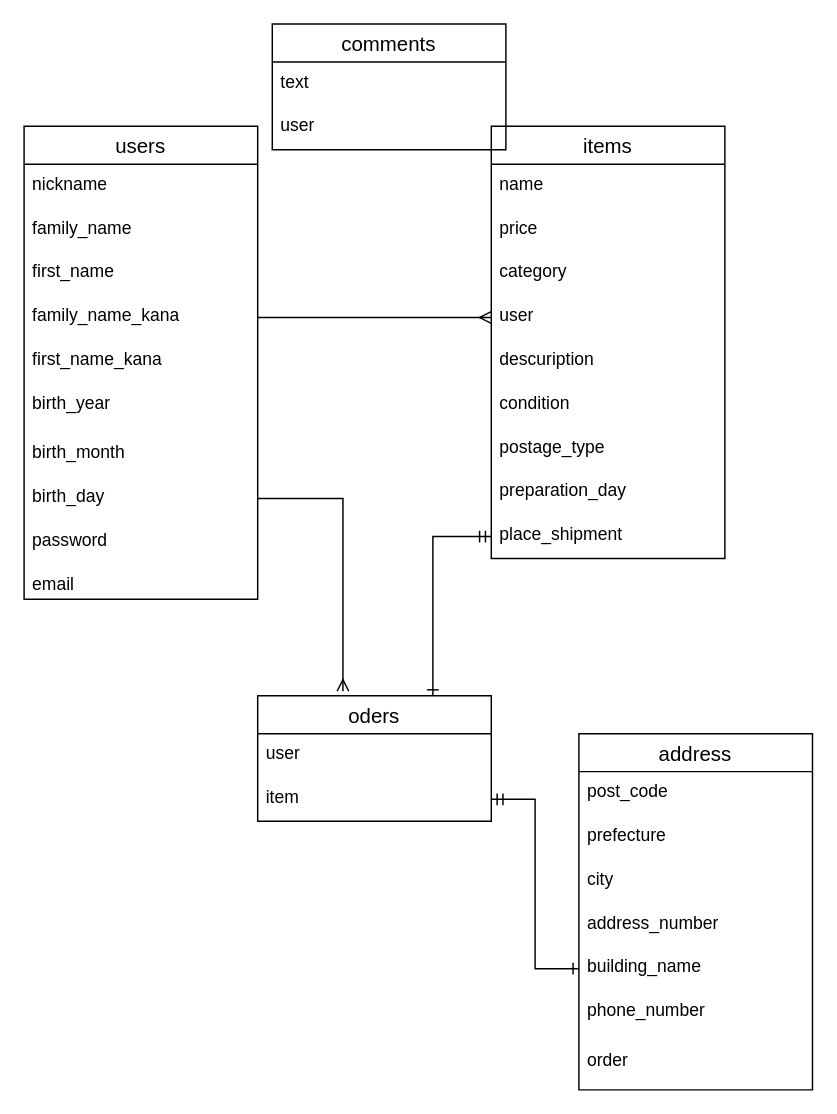
nana-ikegami/furima-35082 keeps this draw.io diagram as furima.dio. Above is the earlier version. Source tidied: cells renumbered, new cells numbered last; positions are measured from the earlier drawing's top-left corner, leaving out a move shared by most shapes. Both pictures are drawn from the tidied source at 146%, with x=0, y=0 at pixel (23, 23).
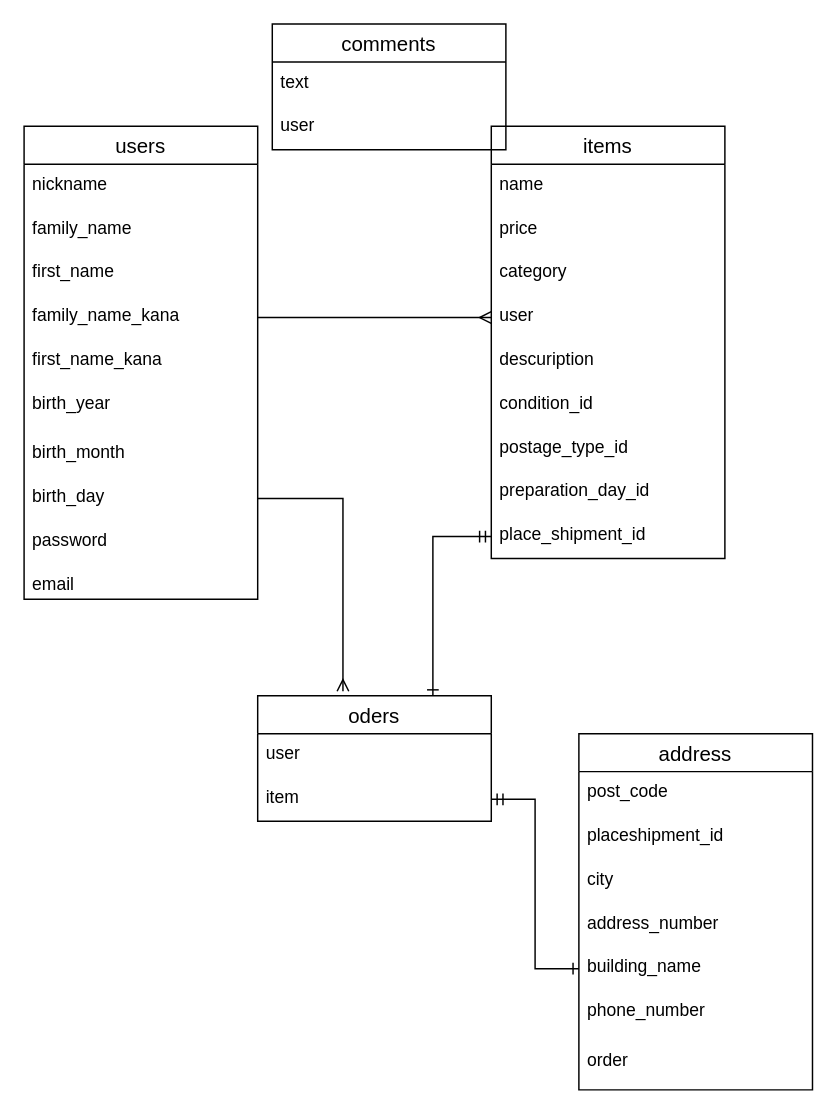
The same diagram, later.

Unchanged cells that the change refers to:
```xml
<mxCell id="13" value="items" style="swimlane;fontStyle=0;horizontal=1;startSize=26;align=center;fontSize=14;" parent="1" vertex="1">
  <mxGeometry x="320" y="70" width="160" height="296" as="geometry" />
</mxCell>
<mxCell id="26" value="address" style="swimlane;fontStyle=0;horizontal=1;startSize=26;align=center;fontSize=14;" parent="1" vertex="1">
  <mxGeometry x="380" y="486" width="160" height="244" as="geometry" />
</mxCell>
```

The edit, as a diff of the source:
```diff
@@
-    <mxCell id="19" value="condition" style="text;strokeColor=none;fillColor=none;spacingLeft=4;spacingRight=4;overflow=hidden;fontSize=12;" parent="13" vertex="1">
+    <mxCell id="19" value="condition_id" style="text;strokeColor=none;fillColor=none;spacingLeft=4;spacingRight=4;overflow=hidden;fontSize=12;" parent="13" vertex="1">
       <mxGeometry y="176" width="160" height="30" as="geometry" />
     </mxCell>
-    <mxCell id="20" value="postage_type" style="text;strokeColor=none;fillColor=none;spacingLeft=4;spacingRight=4;overflow=hidden;fontSize=12;" parent="13" vertex="1">
+    <mxCell id="20" value="postage_type_id" style="text;strokeColor=none;fillColor=none;spacingLeft=4;spacingRight=4;overflow=hidden;fontSize=12;" parent="13" vertex="1">
       <mxGeometry y="206" width="160" height="30" as="geometry" />
     </mxCell>
-    <mxCell id="21" value="preparation_day" style="text;strokeColor=none;fillColor=none;spacingLeft=4;spacingRight=4;overflow=hidden;fontSize=12;" parent="13" vertex="1">
+    <mxCell id="21" value="preparation_day_id" style="text;strokeColor=none;fillColor=none;spacingLeft=4;spacingRight=4;overflow=hidden;fontSize=12;" parent="13" vertex="1">
       <mxGeometry y="236" width="160" height="30" as="geometry" />
     </mxCell>
-    <mxCell id="22" value="place_shipment" style="text;strokeColor=none;fillColor=none;spacingLeft=4;spacingRight=4;overflow=hidden;points=[[0,0.5],[1,0.5]];portConstraint=eastwest;fontSize=12;" parent="13" vertex="1">
+    <mxCell id="22" value="place_shipment_id" style="text;strokeColor=none;fillColor=none;spacingLeft=4;spacingRight=4;overflow=hidden;points=[[0,0.5],[1,0.5]];portConstraint=eastwest;fontSize=12;" parent="13" vertex="1">
       <mxGeometry y="266" width="160" height="30" as="geometry" />
     </mxCell>
@@
-    <mxCell id="28" value="prefecture" style="text;strokeColor=none;fillColor=none;spacingLeft=4;spacingRight=4;overflow=hidden;fontSize=12;" parent="26" vertex="1">
+    <mxCell id="28" value="placeshipment_id" style="text;strokeColor=none;fillColor=none;spacingLeft=4;spacingRight=4;overflow=hidden;fontSize=12;" parent="26" vertex="1">
       <mxGeometry y="56" width="160" height="30" as="geometry" />
     </mxCell>
```
